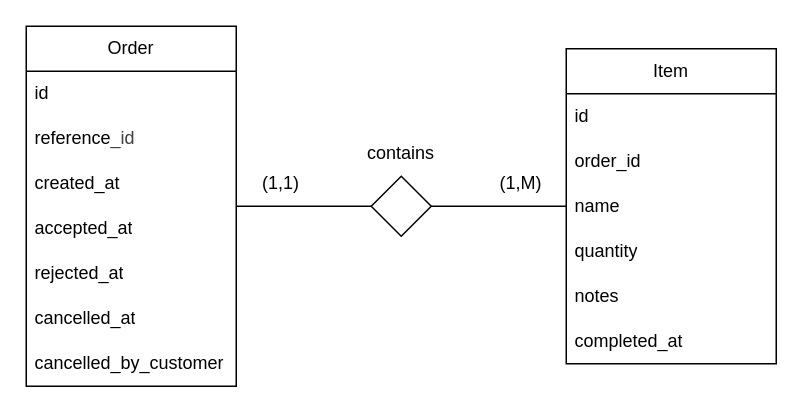
Above: pos_backend/data_model.drawio in quarc0o/aviant_case (draw.io), before the change. Source tidied: cells renumbered, new cells numbered last; positions are measured from the earlier drawing's top-left corner, leaving out a move shared by most shapes. Both pictures are drawn from the tidied source at 150%, with x=0, y=0 at pixel (26, 26).
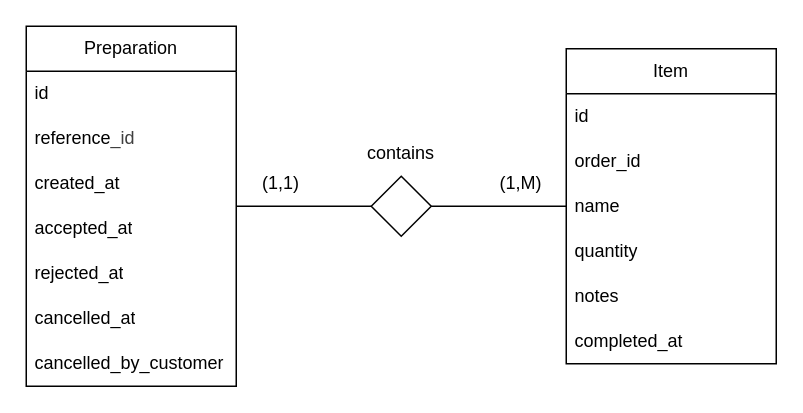
The same page after the edit.

Diff of the diagram source:
```diff
@@
-    <mxCell id="2" value="Order" style="swimlane;fontStyle=0;horizontal=1;startSize=30;whiteSpace=wrap;html=1;" parent="1" vertex="1">
+    <mxCell id="2" value="Preparation" style="swimlane;fontStyle=0;horizontal=1;startSize=30;whiteSpace=wrap;html=1;" parent="1" vertex="1">
       <mxGeometry width="140" height="240" as="geometry" />
     </mxCell>
```
